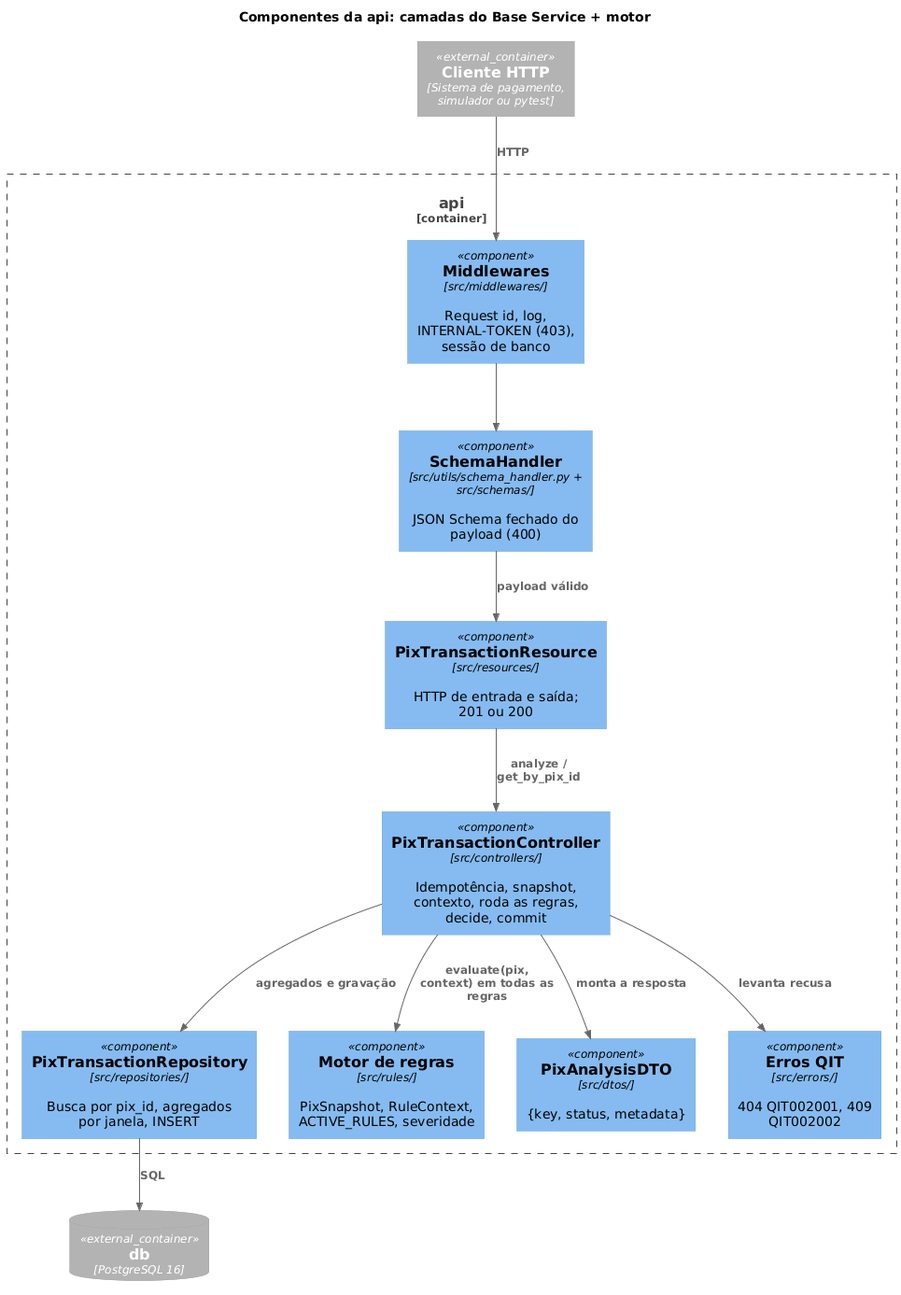
Above: docs/02-arquitetura/diagramas/c4-componentes-API.png in phprestes/Hackathon-Anti-Fraud-Pix (PlantUML), before the change. Its diagram source:
```plantuml
@startuml
!include https://raw.githubusercontent.com/plantuml-stdlib/C4-PlantUML/master/C4_Component.puml

title Componentes da api: camadas do Base Service + motor

Container_Ext(cliente, "Cliente HTTP", "Sistema de pagamento, simulador ou pytest")
ContainerDb_Ext(db, "db", "PostgreSQL 16")

Container_Boundary(api_boundary, "api") {
    Component(mw, "Middlewares", "src/middlewares/", "Request id, log, INTERNAL-TOKEN (403), sessão de banco")
    Component(schema, "SchemaHandler", "src/utils/schema_handler.py + src/schemas/", "JSON Schema fechado do payload (400)")
    Component(resource, "PixTransactionResource", "src/resources/", "HTTP de entrada e saída; 201 ou 200")
    Component(controller, "PixTransactionController", "src/controllers/", "Idempotência, snapshot, contexto, roda as regras, decide, commit")
    Component(repo, "PixTransactionRepository", "src/repositories/", "Busca por pix_id, agregados por janela, INSERT")
    Component(engine, "Motor de regras", "src/rules/", "PixSnapshot, RuleContext, ACTIVE_RULES, severidade")
    Component(dto, "PixAnalysisDTO", "src/dtos/", "{key, status, metadata}")
    Component(errors, "Erros QIT", "src/errors/", "404 QIT002001, 409 QIT002002")
}

Rel(cliente, mw, "HTTP")
Rel(mw, schema, "")
Rel(schema, resource, "payload válido")
Rel(resource, controller, "analyze / get_by_pix_id")
Rel(controller, repo, "agregados e gravação")
Rel(repo, db, "SQL")
Rel(controller, engine, "evaluate(pix, context) em todas as regras")
Rel(controller, dto, "monta a resposta")
Rel(controller, errors, "levanta recusa")
@enduml
```
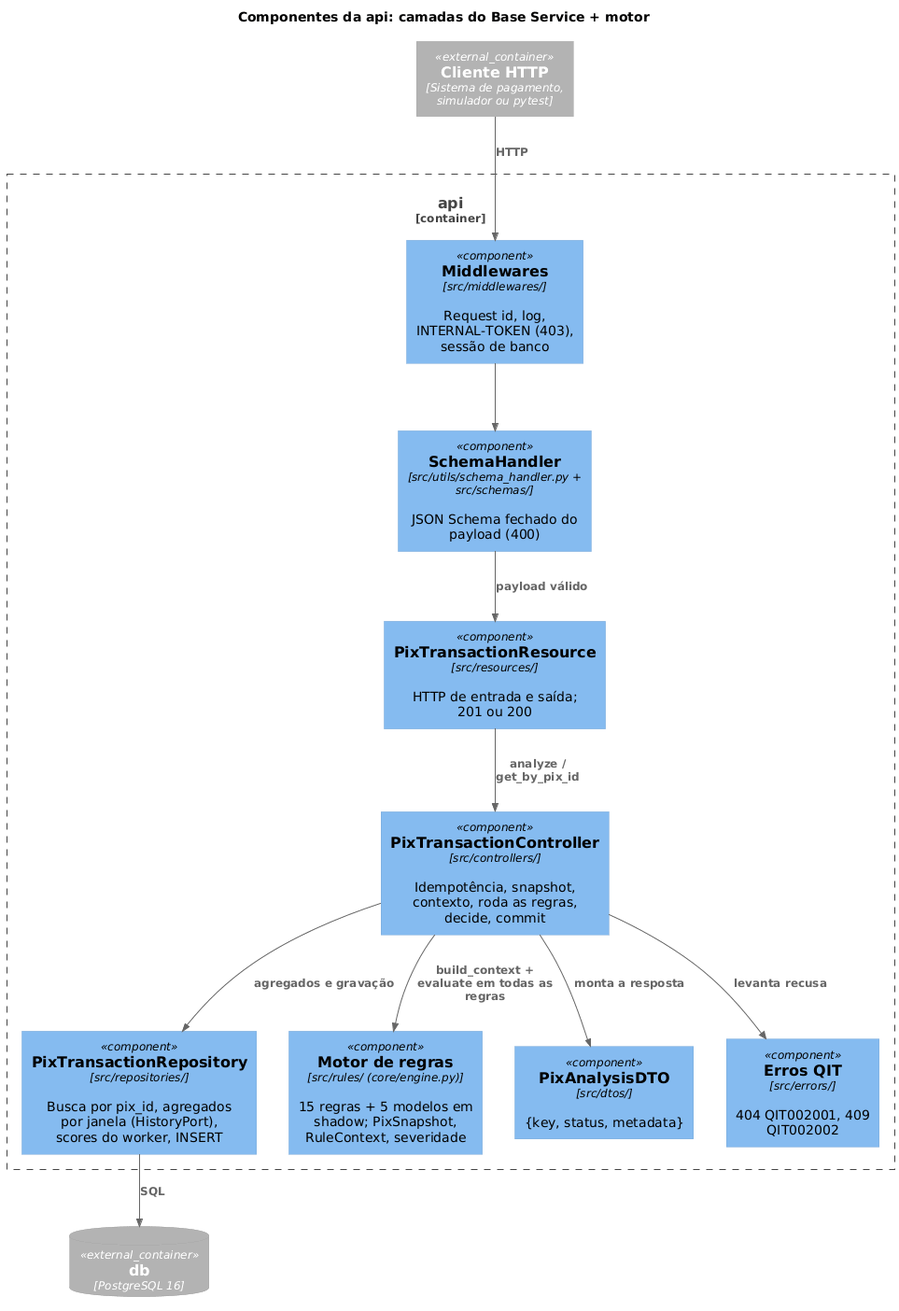
After the commit.

Diff of the diagram source:
```diff
@@ -11,8 +11,8 @@
     Component(schema, "SchemaHandler", "src/utils/schema_handler.py + src/schemas/", "JSON Schema fechado do payload (400)")
     Component(resource, "PixTransactionResource", "src/resources/", "HTTP de entrada e saída; 201 ou 200")
     Component(controller, "PixTransactionController", "src/controllers/", "Idempotência, snapshot, contexto, roda as regras, decide, commit")
-    Component(repo, "PixTransactionRepository", "src/repositories/", "Busca por pix_id, agregados por janela, INSERT")
-    Component(engine, "Motor de regras", "src/rules/", "PixSnapshot, RuleContext, ACTIVE_RULES, severidade")
+    Component(repo, "PixTransactionRepository", "src/repositories/", "Busca por pix_id, agregados por janela (HistoryPort), scores do worker, INSERT")
+    Component(engine, "Motor de regras", "src/rules/ (core/engine.py)", "15 regras + 5 modelos em shadow; PixSnapshot, RuleContext, severidade")
     Component(dto, "PixAnalysisDTO", "src/dtos/", "{key, status, metadata}")
     Component(errors, "Erros QIT", "src/errors/", "404 QIT002001, 409 QIT002002")
 }
@@ -23,7 +23,7 @@
 Rel(resource, controller, "analyze / get_by_pix_id")
 Rel(controller, repo, "agregados e gravação")
 Rel(repo, db, "SQL")
-Rel(controller, engine, "evaluate(pix, context) em todas as regras")
+Rel(controller, engine, "build_context + evaluate em todas as regras")
 Rel(controller, dto, "monta a resposta")
 Rel(controller, errors, "levanta recusa")
 @enduml
```
